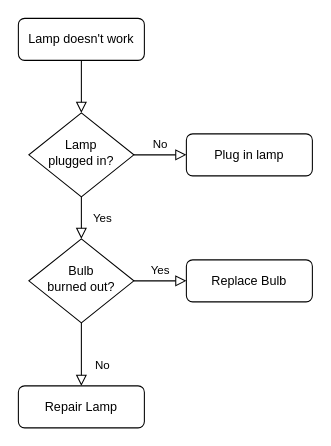
wl3b10s/flowgram keeps this draw.io diagram as 未命名绘图.drawio. Above is the earlier version. Source tidied: cells renumbered, new cells numbered last; positions are measured from the earlier drawing's top-left corner, leaving out a move shared by most shapes. Both pictures are drawn from the tidied source at 105%, with x=0, y=0 at pixel (18, 18).
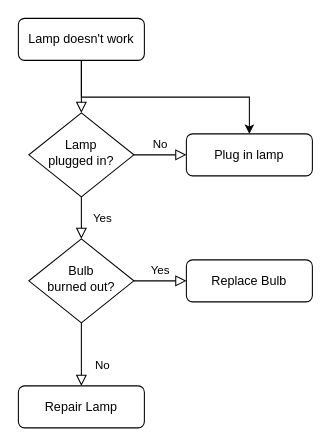
After the change.

What changed in the source:
```diff
@@
 <mxGraphModel>
   <root>
     <mxCell id="0" />
     <mxCell id="1" parent="0" />
     <mxCell id="2" style="rounded=0;html=1;jettySize=auto;fontSize=11;endArrow=block;endFill=0;endSize=8;strokeWidth=1;shadow=0;labelBackgroundColor=none;edgeStyle=orthogonalEdgeStyle;" parent="1" edge="1" source="3" target="6">
       <mxGeometry relative="1" as="geometry" />
     </mxCell>
+    <mxCell id="13" style="edgeStyle=orthogonalEdgeStyle;rounded=0;jettySize=auto;html=1;exitX=0.5;exitY=1;exitDx=0;exitDy=0;entryX=0.5;entryY=0;entryDx=0;entryDy=0;" parent="1" edge="1" source="3" target="7">
+      <mxGeometry relative="1" as="geometry" />
+    </mxCell>
     <mxCell id="3" value="Lamp doesn't work" style="rounded=1;whiteSpace=wrap;html=1;fontSize=12;glass=0;strokeWidth=1;shadow=0;" parent="1" vertex="1">
       <mxGeometry width="120" height="40" as="geometry" />
     </mxCell>
     <mxCell id="4" value="Yes" style="rounded=0;html=1;jettySize=auto;fontSize=11;endArrow=block;endFill=0;endSize=8;strokeWidth=1;shadow=0;labelBackgroundColor=none;edgeStyle=orthogonalEdgeStyle;" parent="1" edge="1" source="6" target="10">
       <mxGeometry y="20" relative="1" as="geometry" />
     </mxCell>
     <mxCell id="5" value="No" style="edgeStyle=orthogonalEdgeStyle;rounded=0;html=1;jettySize=auto;fontSize=11;endArrow=block;endFill=0;endSize=8;strokeWidth=1;shadow=0;labelBackgroundColor=none;" parent="1" edge="1" source="6" target="7">
       <mxGeometry y="10" relative="1" as="geometry" />
     </mxCell>
     <mxCell id="6" value="Lamp&lt;br&gt;plugged in?" style="rhombus;whiteSpace=wrap;html=1;shadow=0;fontFamily=Helvetica;fontSize=12;align=center;strokeWidth=1;spacing=6;spacingTop=-4;" parent="1" vertex="1">
       <mxGeometry x="10" y="90" width="100" height="80" as="geometry" />
     </mxCell>
     <mxCell id="7" value="Plug in lamp" style="rounded=1;whiteSpace=wrap;html=1;fontSize=12;glass=0;strokeWidth=1;shadow=0;" parent="1" vertex="1">
       <mxGeometry x="160" y="110" width="120" height="40" as="geometry" />
     </mxCell>
     <mxCell id="8" value="No" style="rounded=0;html=1;jettySize=auto;fontSize=11;endArrow=block;endFill=0;endSize=8;strokeWidth=1;shadow=0;labelBackgroundColor=none;edgeStyle=orthogonalEdgeStyle;" parent="1" edge="1" source="10" target="11">
       <mxGeometry x="0.33" y="20" relative="1" as="geometry" />
     </mxCell>
     <mxCell id="9" value="Yes" style="edgeStyle=orthogonalEdgeStyle;rounded=0;html=1;jettySize=auto;fontSize=11;endArrow=block;endFill=0;endSize=8;strokeWidth=1;shadow=0;labelBackgroundColor=none;" parent="1" edge="1" source="10" target="12">
       <mxGeometry y="10" relative="1" as="geometry" />
     </mxCell>
     <mxCell id="10" value="Bulb&lt;br&gt;burned out?" style="rhombus;whiteSpace=wrap;html=1;shadow=0;fontFamily=Helvetica;fontSize=12;align=center;strokeWidth=1;spacing=6;spacingTop=-4;" parent="1" vertex="1">
       <mxGeometry x="10" y="210" width="100" height="80" as="geometry" />
     </mxCell>
     <mxCell id="11" value="Repair Lamp" style="rounded=1;whiteSpace=wrap;html=1;fontSize=12;glass=0;strokeWidth=1;shadow=0;" parent="1" vertex="1">
       <mxGeometry y="350" width="120" height="40" as="geometry" />
     </mxCell>
     <mxCell id="12" value="Replace Bulb" style="rounded=1;whiteSpace=wrap;html=1;fontSize=12;glass=0;strokeWidth=1;shadow=0;" parent="1" vertex="1">
       <mxGeometry x="160" y="230" width="120" height="40" as="geometry" />
     </mxCell>
   </root>
 </mxGraphModel>
```
